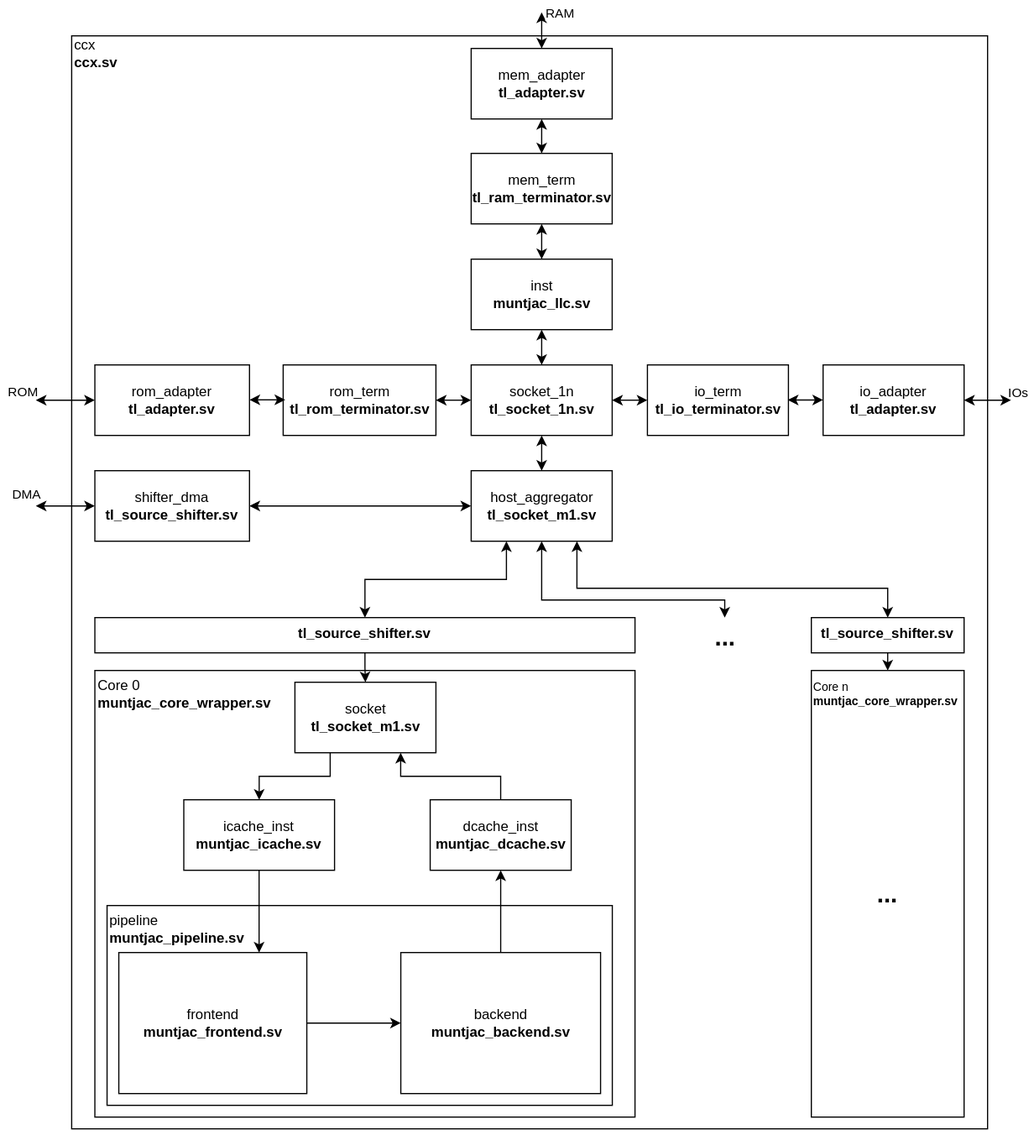
Above: docs/assets/ccx_schem.svg in maxletemple/muntjac-soc (draw.io), before the change. Source tidied: cells renumbered, new cells last; positions are measured from the earlier drawing's top-left corner, leaving out a move shared by most shapes.
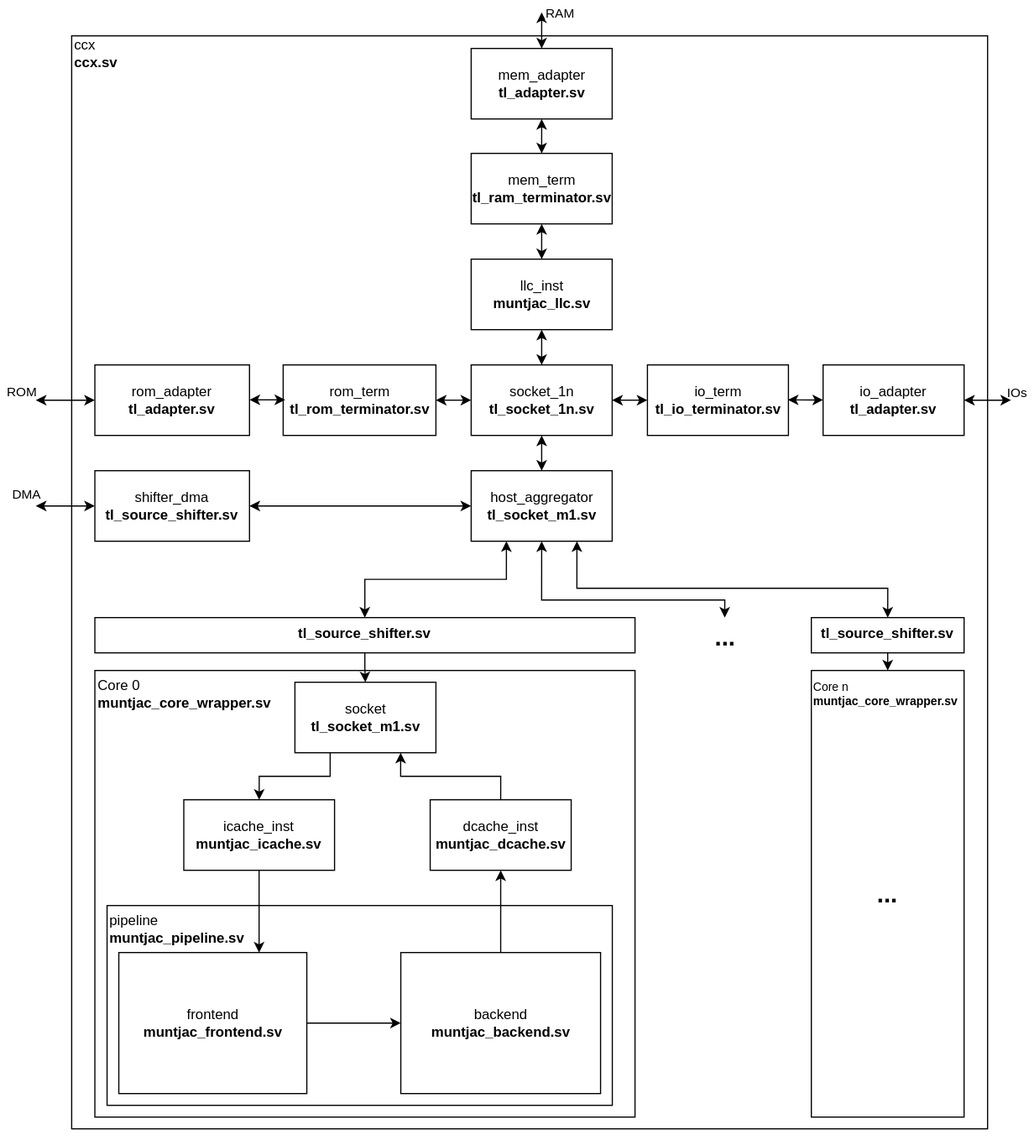
After the change.

Commit message:
Move ccx diagram to a separate doc file and rename inst module to llc_inst

Diff of the diagram source:
```diff
@@ -31,7 +31,7 @@
     <mxCell id="9" value="&lt;div&gt;socket_1n&lt;br&gt;&lt;/div&gt;&lt;div&gt;&lt;b&gt;tl_socket_1n.sv&lt;/b&gt;&lt;br&gt;&lt;/div&gt;" style="rounded=0;whiteSpace=wrap;html=1;fillColor=none;" parent="1" vertex="1">
       <mxGeometry x="400.5" y="310" width="120" height="60" as="geometry" />
     </mxCell>
-    <mxCell id="10" value="&lt;div&gt;inst&lt;br&gt;&lt;/div&gt;&lt;div&gt;&lt;b&gt;muntjac_llc.sv&lt;/b&gt;&lt;br&gt;&lt;/div&gt;" style="rounded=0;whiteSpace=wrap;html=1;fillColor=none;" parent="1" vertex="1">
+    <mxCell id="10" value="&lt;div&gt;llc_inst&lt;br&gt;&lt;/div&gt;&lt;div&gt;&lt;b&gt;muntjac_llc.sv&lt;/b&gt;&lt;br&gt;&lt;/div&gt;" style="rounded=0;whiteSpace=wrap;html=1;fillColor=none;" parent="1" vertex="1">
       <mxGeometry x="400.5" y="220" width="120" height="60" as="geometry" />
     </mxCell>
     <mxCell id="11" style="edgeStyle=orthogonalEdgeStyle;rounded=0;jettySize=auto;html=1;exitX=0.5;exitY=1;exitDx=0;exitDy=0;startArrow=classic;startFill=1;" parent="1" edge="1" source="10">
```
